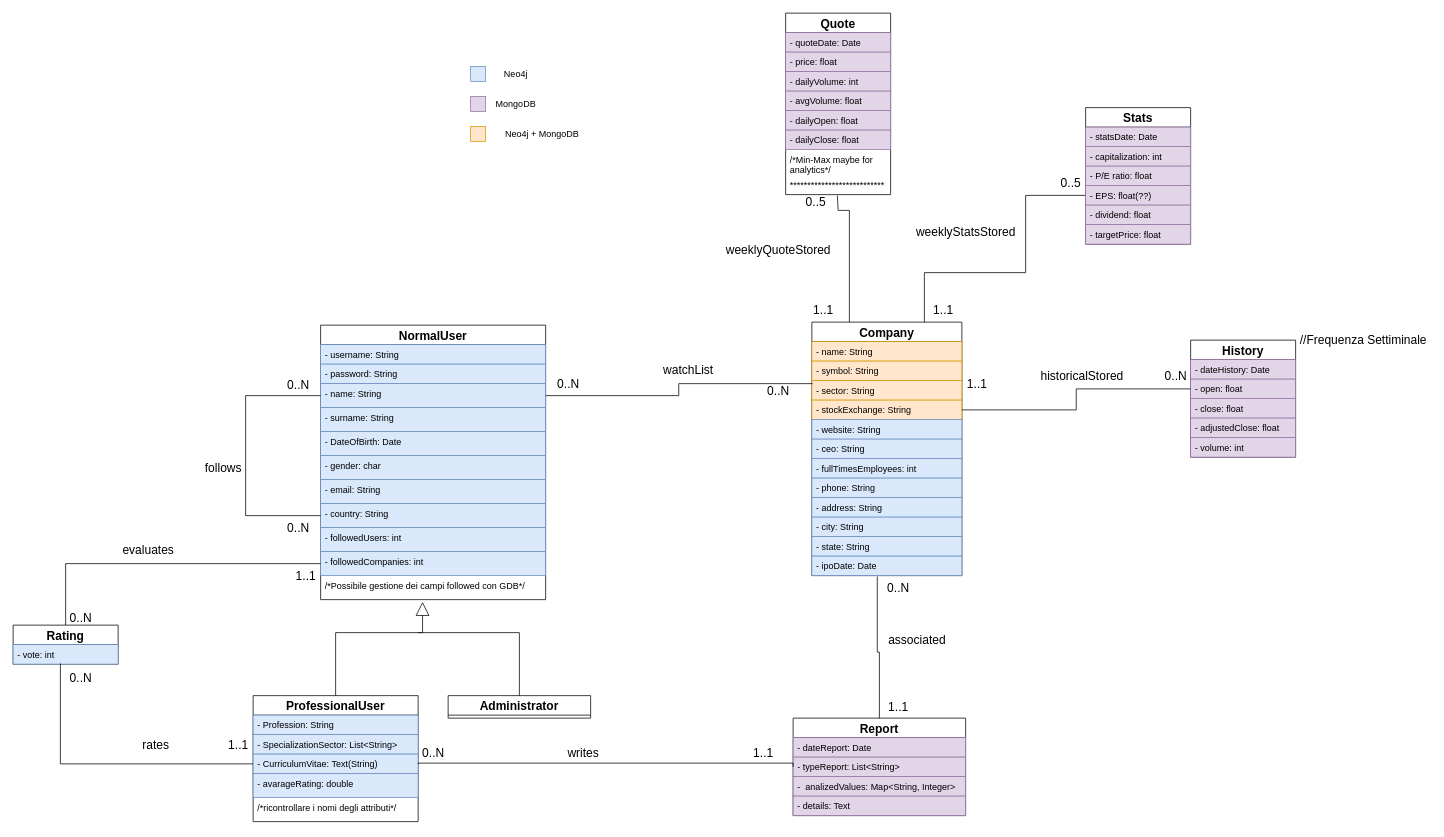
Above: page "Page-2" (2 of 2) of Diagrammi/Untitled Diagram.drawio in Matteo-Castrignano/CompaniesDiscoveryApplications (draw.io), before the change. Source tidied: cells renumbered, new cells numbered last; positions are measured from the earlier drawing's top-left corner, leaving out a move shared by most shapes. Both pictures are drawn from the tidied source at 75%, with x=0, y=0 at pixel (13, 13).
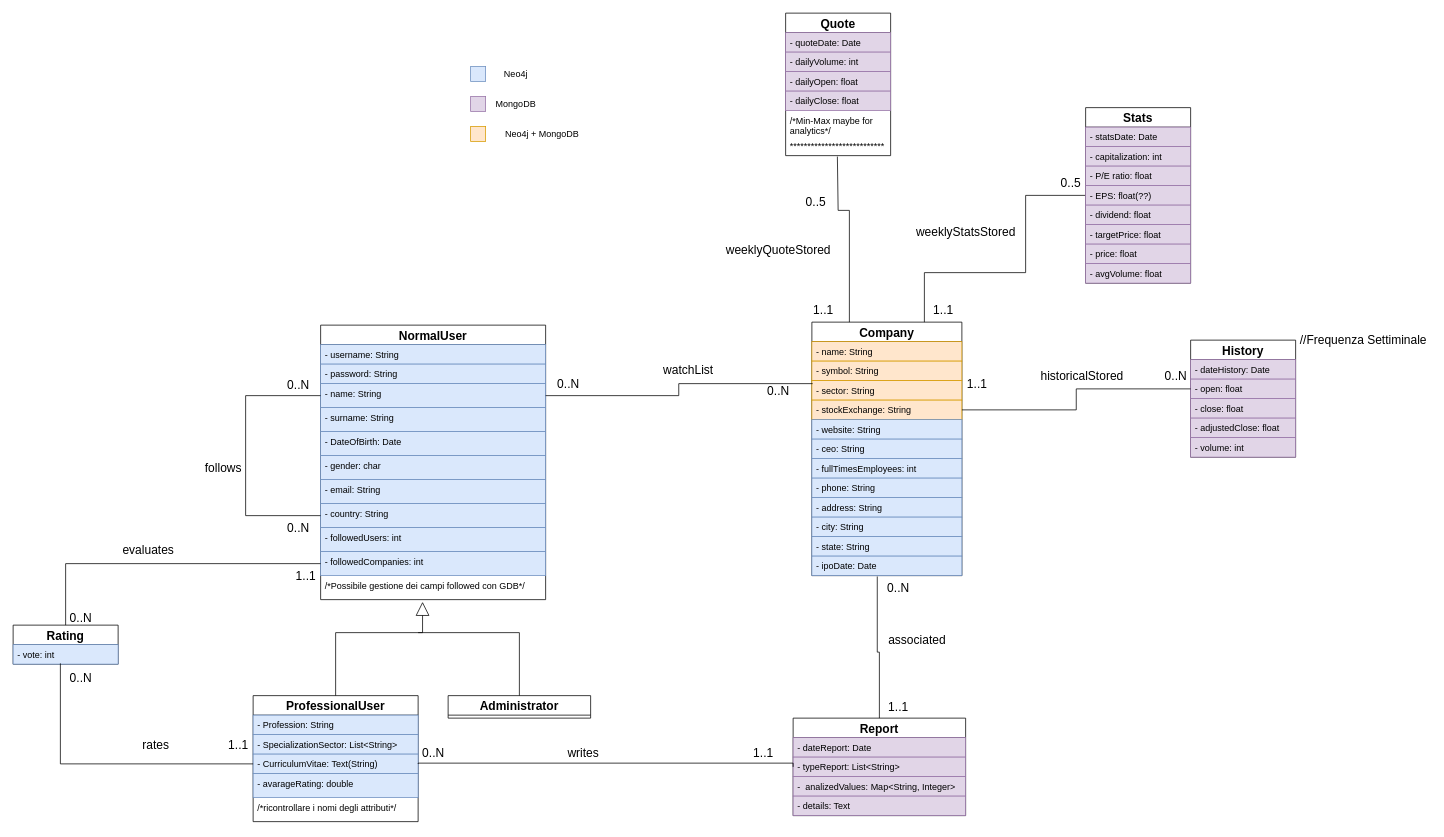
Above is the later version.

What changed in the source:
```diff
@@
     <mxCell id="50" value="Stats" style="swimlane;fontStyle=1;horizontal=1;startSize=26;fillColor=none;fontSize=16;" parent="1" vertex="1">
-      <mxGeometry x="1430" y="126" width="140" height="182" as="geometry" />
+      <mxGeometry x="1430" y="126" width="140" height="234" as="geometry" />
     </mxCell>
@@
+    <mxCell id="59" value="- price: float " style="text;strokeColor=#9673a6;fillColor=#e1d5e7;align=left;verticalAlign=top;spacingLeft=4;spacingRight=4;overflow=hidden;" parent="50" vertex="1">
+      <mxGeometry y="182" width="140" height="26" as="geometry" />
+    </mxCell>
+    <mxCell id="61" value="- avgVolume: float" style="text;strokeColor=#9673a6;fillColor=#e1d5e7;align=left;verticalAlign=top;spacingLeft=4;spacingRight=4;overflow=hidden;" parent="50" vertex="1">
+      <mxGeometry y="208" width="140" height="26" as="geometry" />
+    </mxCell>
     <mxCell id="57" value="Quote" style="swimlane;fontStyle=1;horizontal=1;startSize=26;fillColor=none;fontSize=16;" parent="1" vertex="1">
-      <mxGeometry x="1030" width="140" height="242" as="geometry" />
+      <mxGeometry x="1030" width="140" height="190" as="geometry" />
     </mxCell>
@@
-    <mxCell id="59" value="- price: float " style="text;strokeColor=#9673a6;fillColor=#e1d5e7;align=left;verticalAlign=top;spacingLeft=4;spacingRight=4;overflow=hidden;" parent="57" vertex="1">
-      <mxGeometry y="52" width="140" height="26" as="geometry" />
-    </mxCell>
     <mxCell id="60" value="- dailyVolume: int" style="text;strokeColor=#9673a6;fillColor=#e1d5e7;align=left;verticalAlign=top;spacingLeft=4;spacingRight=4;overflow=hidden;" parent="57" vertex="1">
-      <mxGeometry y="78" width="140" height="26" as="geometry" />
+      <mxGeometry y="52" width="140" height="26" as="geometry" />
     </mxCell>
-    <mxCell id="61" value="- avgVolume: float" style="text;strokeColor=#9673a6;fillColor=#e1d5e7;align=left;verticalAlign=top;spacingLeft=4;spacingRight=4;overflow=hidden;" parent="57" vertex="1">
-      <mxGeometry y="104" width="140" height="26" as="geometry" />
-    </mxCell>
     <mxCell id="62" value="- dailyOpen: float" style="text;strokeColor=#9673a6;fillColor=#e1d5e7;align=left;verticalAlign=top;spacingLeft=4;spacingRight=4;overflow=hidden;" parent="57" vertex="1">
-      <mxGeometry y="130" width="140" height="26" as="geometry" />
+      <mxGeometry y="78" width="140" height="26" as="geometry" />
     </mxCell>
     <mxCell id="63" value="- dailyClose: float" style="text;strokeColor=#9673a6;fillColor=#e1d5e7;align=left;verticalAlign=top;spacingLeft=4;spacingRight=4;overflow=hidden;" parent="57" vertex="1">
-      <mxGeometry y="156" width="140" height="26" as="geometry" />
+      <mxGeometry y="104" width="140" height="26" as="geometry" />
     </mxCell>
     <mxCell id="64" value="/*Min-Max maybe for&#10;analytics*/" style="text;strokeColor=none;fillColor=none;align=left;verticalAlign=top;spacingLeft=4;spacingRight=4;overflow=hidden;" parent="57" vertex="1">
-      <mxGeometry y="182" width="140" height="34" as="geometry" />
+      <mxGeometry y="130" width="140" height="34" as="geometry" />
     </mxCell>
     <mxCell id="65" value="***************************" style="text;strokeColor=none;fillColor=none;align=left;verticalAlign=top;spacingLeft=4;spacingRight=4;overflow=hidden;points=[[0,0.5],[1,0.5]];portConstraint=eastwest;" parent="57" vertex="1">
-      <mxGeometry y="216" width="140" height="26" as="geometry" />
+      <mxGeometry y="164" width="140" height="26" as="geometry" />
     </mxCell>
```
